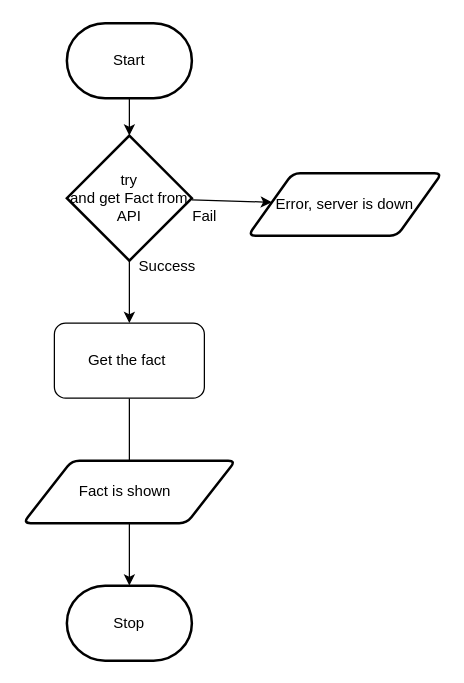
Earlier version of the draw.io diagram design/flowchart.drawio (MTHS-ICD2O-1-2024/ICD2O-Assignment-06-Trisha-Ray). Source tidied: cells renumbered, new cells numbered last; positions are measured from the earlier drawing's top-left corner, leaving out a move shared by most shapes. Both pictures are drawn from the tidied source at 125%, with x=0, y=0 at pixel (22, 22).
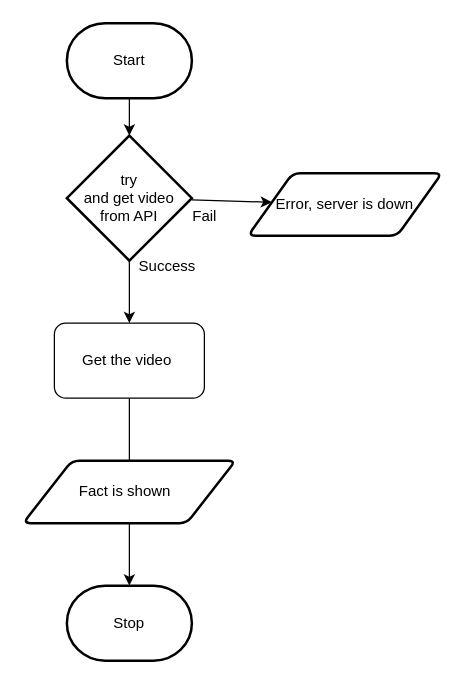
Above is the later version.

What changed in the source:
```diff
@@
 <mxGraphModel>
   <root>
     <mxCell id="0" />
     <mxCell id="1" parent="0" />
     <mxCell id="2" style="edgeStyle=orthogonalEdgeStyle;html=1;rounded=0;" parent="1" edge="1" source="12" target="4">
       <mxGeometry relative="1" as="geometry" />
     </mxCell>
     <mxCell id="3" value="Start" style="strokeWidth=2;html=1;shape=mxgraph.flowchart.terminator;whiteSpace=wrap;" parent="1" vertex="1">
       <mxGeometry x="35" width="100" height="60" as="geometry" />
     </mxCell>
     <mxCell id="4" value="Stop" style="strokeWidth=2;html=1;shape=mxgraph.flowchart.terminator;whiteSpace=wrap;" parent="1" vertex="1">
       <mxGeometry x="35" y="450" width="100" height="60" as="geometry" />
     </mxCell>
     <mxCell id="5" style="edgeStyle=orthogonalEdgeStyle;html=1;rounded=0;" parent="1" edge="1" source="3" target="7">
       <mxGeometry relative="1" as="geometry" />
     </mxCell>
     <mxCell id="6" style="edgeStyle=none;html=1;" parent="1" edge="1" source="7" target="8">
       <mxGeometry relative="1" as="geometry" />
     </mxCell>
-    <mxCell id="7" value="try&lt;div&gt;and get Fact from API&lt;/div&gt;" style="strokeWidth=2;html=1;shape=mxgraph.flowchart.decision;whiteSpace=wrap;" parent="1" vertex="1">
+    <mxCell id="7" value="try&lt;div&gt;and get video from API&lt;/div&gt;" style="strokeWidth=2;html=1;shape=mxgraph.flowchart.decision;whiteSpace=wrap;" parent="1" vertex="1">
       <mxGeometry x="35" y="90" width="100" height="100" as="geometry" />
     </mxCell>
     <mxCell id="8" value="Error, server is down" style="shape=parallelogram;html=1;strokeWidth=2;perimeter=parallelogramPerimeter;whiteSpace=wrap;rounded=1;arcSize=12;size=0.23;" parent="1" vertex="1">
       <mxGeometry x="180" y="120" width="155" height="50" as="geometry" />
     </mxCell>
     <mxCell id="9" value="Fail" style="text;html=1;align=center;verticalAlign=middle;strokeColor=none;fillColor=none;" parent="1" vertex="1">
       <mxGeometry x="125" y="140" width="40" height="30" as="geometry" />
     </mxCell>
     <mxCell id="10" value="Success" style="text;html=1;align=center;verticalAlign=middle;strokeColor=none;fillColor=none;" parent="1" vertex="1">
       <mxGeometry x="80" y="180" width="70" height="30" as="geometry" />
     </mxCell>
     <mxCell id="11" style="edgeStyle=orthogonalEdgeStyle;html=1;rounded=0;" parent="1" edge="1" source="7" target="12">
       <mxGeometry relative="1" as="geometry" />
     </mxCell>
-    <mxCell id="12" value="Get the fact&amp;nbsp;" style="rounded=1;whiteSpace=wrap;html=1;" parent="1" vertex="1">
+    <mxCell id="12" value="Get the video&amp;nbsp;" style="rounded=1;whiteSpace=wrap;html=1;" parent="1" vertex="1">
       <mxGeometry x="25" y="240" width="120" height="60" as="geometry" />
     </mxCell>
     <mxCell id="13" value="&lt;div&gt;Fact is shown&amp;nbsp;&amp;nbsp;&lt;/div&gt;" style="shape=parallelogram;html=1;strokeWidth=2;perimeter=parallelogramPerimeter;whiteSpace=wrap;rounded=1;arcSize=12;size=0.23;" parent="1" vertex="1">
       <mxGeometry y="350" width="170" height="50" as="geometry" />
     </mxCell>
   </root>
 </mxGraphModel>
```
